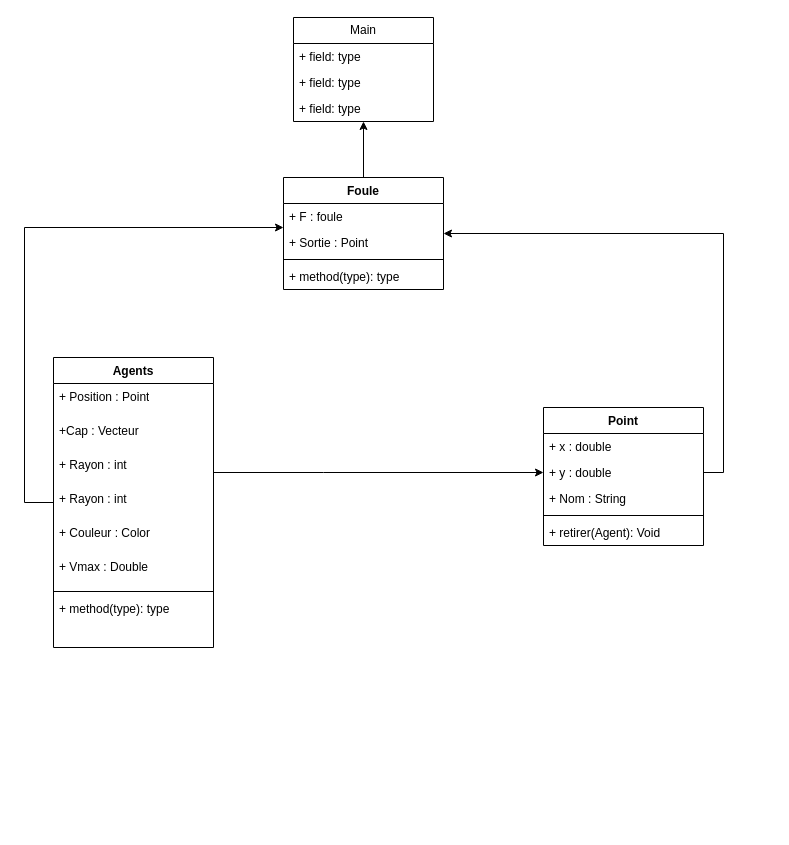
Above: Projet INFO.drawio in Sifra850/Projet_Info (draw.io), before the change. Source tidied: cells renumbered, new cells numbered last; positions are measured from the earlier drawing's top-left corner, leaving out a move shared by most shapes. Both pictures are drawn from the tidied source at 100%, with x=0, y=0 at pixel (24, 17).
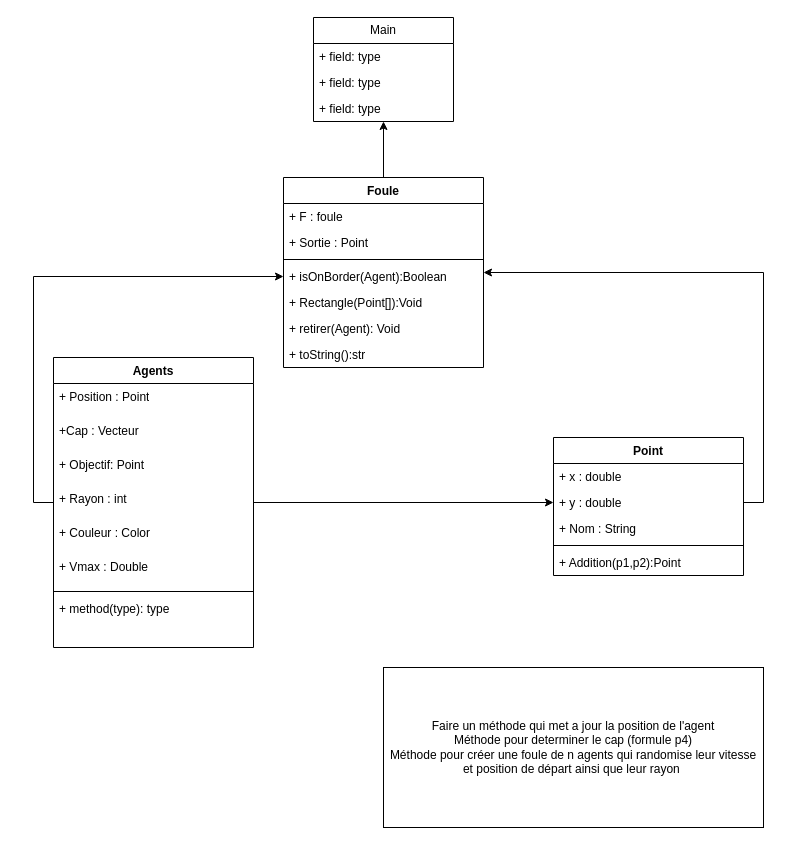
The same diagram, later.

Commit message:
Mettre à jour Projet INFO.drawio

What changed in the source:
```diff
@@
     <mxCell id="2" value="Main" style="swimlane;fontStyle=0;horizontal=1;startSize=26;fillColor=none;whiteSpace=wrap;html=1;" parent="1" vertex="1">
-      <mxGeometry x="269" width="140" height="104" as="geometry" />
+      <mxGeometry x="289" width="140" height="104" as="geometry" />
     </mxCell>
@@
+    <mxCell id="31" style="edgeStyle=orthogonalEdgeStyle;rounded=0;jettySize=auto;html=1;entryX=0;entryY=0.5;entryDx=0;entryDy=0;" parent="1" edge="1" source="6" target="24">
+      <mxGeometry relative="1" as="geometry" />
+    </mxCell>
     <mxCell id="6" value="Agents" style="swimlane;fontStyle=1;align=center;verticalAlign=top;horizontal=1;startSize=26;whiteSpace=wrap;html=1;" parent="1" vertex="1">
-      <mxGeometry x="29" y="340" width="160" height="290" as="geometry" />
+      <mxGeometry x="29" y="340" width="200" height="290" as="geometry" />
     </mxCell>
     <mxCell id="7" value="+ Position : Point" style="text;strokeColor=none;fillColor=none;align=left;verticalAlign=top;spacingLeft=4;spacingRight=4;overflow=hidden;whiteSpace=wrap;html=1;" parent="6" vertex="1">
-      <mxGeometry y="26" width="160" height="34" as="geometry" />
+      <mxGeometry y="26" width="200" height="34" as="geometry" />
     </mxCell>
     <mxCell id="8" value="+Cap : Vecteur" style="text;strokeColor=none;fillColor=none;align=left;verticalAlign=top;spacingLeft=4;spacingRight=4;overflow=hidden;whiteSpace=wrap;html=1;" parent="6" vertex="1">
-      <mxGeometry y="60" width="160" height="34" as="geometry" />
+      <mxGeometry y="60" width="200" height="34" as="geometry" />
     </mxCell>
+    <mxCell id="32" value="+ Objectif: Point " style="text;strokeColor=none;fillColor=none;align=left;verticalAlign=top;spacingLeft=4;spacingRight=4;overflow=hidden;whiteSpace=wrap;html=1;" parent="6" vertex="1">
+      <mxGeometry y="94" width="200" height="34" as="geometry" />
+    </mxCell>
     <mxCell id="9" value="+ Rayon : int " style="text;strokeColor=none;fillColor=none;align=left;verticalAlign=top;spacingLeft=4;spacingRight=4;overflow=hidden;points=[[0,0.5],[1,0.5]];portConstraint=eastwest;whiteSpace=wrap;html=1;" parent="6" vertex="1">
-      <mxGeometry y="94" width="160" height="34" as="geometry" />
+      <mxGeometry y="128" width="200" height="34" as="geometry" />
     </mxCell>
-    <mxCell id="10" value="+ Rayon : int " style="text;strokeColor=none;fillColor=none;align=left;verticalAlign=top;spacingLeft=4;spacingRight=4;overflow=hidden;points=[[0,0.5],[1,0.5]];portConstraint=eastwest;whiteSpace=wrap;html=1;" parent="6" vertex="1">
-      <mxGeometry y="128" width="160" height="34" as="geometry" />
-    </mxCell>
     <mxCell id="11" value="+ Couleur : Color" style="text;strokeColor=none;fillColor=none;align=left;verticalAlign=top;spacingLeft=4;spacingRight=4;overflow=hidden;whiteSpace=wrap;html=1;" parent="6" vertex="1">
-      <mxGeometry y="162" width="160" height="34" as="geometry" />
+      <mxGeometry y="162" width="200" height="34" as="geometry" />
     </mxCell>
     <mxCell id="12" value="+ Vmax : Double" style="text;strokeColor=none;fillColor=none;align=left;verticalAlign=top;spacingLeft=4;spacingRight=4;overflow=hidden;whiteSpace=wrap;html=1;" parent="6" vertex="1">
-      <mxGeometry y="196" width="160" height="34" as="geometry" />
+      <mxGeometry y="196" width="200" height="34" as="geometry" />
     </mxCell>
     <mxCell id="13" style="line;strokeWidth=1;fillColor=none;align=left;verticalAlign=middle;spacingTop=-1;spacingLeft=3;spacingRight=3;labelPosition=right;strokeColor=inherit;" parent="6" vertex="1">
-      <mxGeometry y="230" width="160" height="8" as="geometry" />
+      <mxGeometry y="230" width="200" height="8" as="geometry" />
     </mxCell>
     <mxCell id="14" value="+ method(type): type" style="text;strokeColor=none;fillColor=none;align=left;verticalAlign=top;spacingLeft=4;spacingRight=4;overflow=hidden;whiteSpace=wrap;html=1;" parent="6" vertex="1">
-      <mxGeometry y="238" width="160" height="26" as="geometry" />
+      <mxGeometry y="238" width="200" height="26" as="geometry" />
     </mxCell>
     <mxCell id="15" style="text;strokeColor=none;fillColor=none;align=left;verticalAlign=top;spacingLeft=4;spacingRight=4;overflow=hidden;whiteSpace=wrap;html=1;" parent="6" vertex="1">
-      <mxGeometry y="264" width="160" height="26" as="geometry" />
+      <mxGeometry y="264" width="200" height="26" as="geometry" />
     </mxCell>
@@
     <mxCell id="17" value="Foule" style="swimlane;fontStyle=1;align=center;verticalAlign=top;horizontal=1;startSize=26;whiteSpace=wrap;html=1;" parent="1" vertex="1">
-      <mxGeometry x="259" y="160" width="160" height="112" as="geometry" />
+      <mxGeometry x="259" y="160" width="200" height="190" as="geometry" />
     </mxCell>
     <mxCell id="18" value="+ F : foule" style="text;strokeColor=none;fillColor=none;align=left;verticalAlign=top;spacingLeft=4;spacingRight=4;overflow=hidden;points=[[0,0.5],[1,0.5]];portConstraint=eastwest;whiteSpace=wrap;html=1;" parent="17" vertex="1">
-      <mxGeometry y="26" width="160" height="26" as="geometry" />
+      <mxGeometry y="26" width="200" height="26" as="geometry" />
     </mxCell>
     <mxCell id="19" value="+ Sortie : Point" style="text;strokeColor=none;fillColor=none;align=left;verticalAlign=top;spacingLeft=4;spacingRight=4;overflow=hidden;whiteSpace=wrap;html=1;" parent="17" vertex="1">
-      <mxGeometry y="52" width="160" height="26" as="geometry" />
+      <mxGeometry y="52" width="200" height="26" as="geometry" />
     </mxCell>
     <mxCell id="20" style="line;strokeWidth=1;fillColor=none;align=left;verticalAlign=middle;spacingTop=-1;spacingLeft=3;spacingRight=3;labelPosition=right;strokeColor=inherit;" parent="17" vertex="1">
-      <mxGeometry y="78" width="160" height="8" as="geometry" />
+      <mxGeometry y="78" width="200" height="8" as="geometry" />
     </mxCell>
-    <mxCell id="21" value="+ method(type): type" style="text;strokeColor=none;fillColor=none;align=left;verticalAlign=top;spacingLeft=4;spacingRight=4;overflow=hidden;points=[[0,0.5],[1,0.5]];portConstraint=eastwest;whiteSpace=wrap;html=1;" parent="17" vertex="1">
-      <mxGeometry y="86" width="160" height="26" as="geometry" />
+    <mxCell id="21" value="+ isOnBorder(Agent):Boolean" style="text;strokeColor=none;fillColor=none;align=left;verticalAlign=top;spacingLeft=4;spacingRight=4;overflow=hidden;points=[[0,0.5],[1,0.5]];portConstraint=eastwest;whiteSpace=wrap;html=1;" parent="17" vertex="1">
+      <mxGeometry y="86" width="200" height="26" as="geometry" />
     </mxCell>
+    <mxCell id="33" value="+ Rectangle(Point[]):Void" style="text;strokeColor=none;fillColor=none;align=left;verticalAlign=top;spacingLeft=4;spacingRight=4;overflow=hidden;whiteSpace=wrap;html=1;" parent="17" vertex="1">
+      <mxGeometry y="112" width="200" height="26" as="geometry" />
+    </mxCell>
+    <mxCell id="27" value="+ retirer(Agent): Void" style="text;strokeColor=none;fillColor=none;align=left;verticalAlign=top;spacingLeft=4;spacingRight=4;overflow=hidden;whiteSpace=wrap;html=1;" parent="17" vertex="1">
+      <mxGeometry y="138" width="200" height="26" as="geometry" />
+    </mxCell>
+    <mxCell id="34" value="+ toString():str" style="text;strokeColor=none;fillColor=none;align=left;verticalAlign=top;spacingLeft=4;spacingRight=4;overflow=hidden;whiteSpace=wrap;html=1;" parent="17" vertex="1">
+      <mxGeometry y="164" width="200" height="26" as="geometry" />
+    </mxCell>
     <mxCell id="22" value="Point" style="swimlane;fontStyle=1;align=center;verticalAlign=top;horizontal=1;startSize=26;whiteSpace=wrap;html=1;" parent="1" vertex="1">
-      <mxGeometry x="519" y="390" width="160" height="138" as="geometry" />
+      <mxGeometry x="529" y="420" width="190" height="138" as="geometry" />
     </mxCell>
     <mxCell id="23" value="+ x : double" style="text;strokeColor=none;fillColor=none;align=left;verticalAlign=top;spacingLeft=4;spacingRight=4;overflow=hidden;whiteSpace=wrap;html=1;" parent="22" vertex="1">
-      <mxGeometry y="26" width="160" height="26" as="geometry" />
+      <mxGeometry y="26" width="190" height="26" as="geometry" />
     </mxCell>
     <mxCell id="24" value="+ y : double" style="text;strokeColor=none;fillColor=none;align=left;verticalAlign=top;spacingLeft=4;spacingRight=4;overflow=hidden;points=[[0,0.5],[1,0.5]];portConstraint=eastwest;whiteSpace=wrap;html=1;" parent="22" vertex="1">
-      <mxGeometry y="52" width="160" height="26" as="geometry" />
+      <mxGeometry y="52" width="190" height="26" as="geometry" />
     </mxCell>
     <mxCell id="25" value="+ Nom : String" style="text;strokeColor=none;fillColor=none;align=left;verticalAlign=top;spacingLeft=4;spacingRight=4;overflow=hidden;whiteSpace=wrap;html=1;" parent="22" vertex="1">
-      <mxGeometry y="78" width="160" height="26" as="geometry" />
+      <mxGeometry y="78" width="190" height="26" as="geometry" />
     </mxCell>
     <mxCell id="26" style="line;strokeWidth=1;fillColor=none;align=left;verticalAlign=middle;spacingTop=-1;spacingLeft=3;spacingRight=3;labelPosition=right;strokeColor=inherit;" parent="22" vertex="1">
-      <mxGeometry y="104" width="160" height="8" as="geometry" />
+      <mxGeometry y="104" width="190" height="8" as="geometry" />
     </mxCell>
-    <mxCell id="27" value="+ retirer(Agent): Void" style="text;strokeColor=none;fillColor=none;align=left;verticalAlign=top;spacingLeft=4;spacingRight=4;overflow=hidden;whiteSpace=wrap;html=1;" parent="22" vertex="1">
-      <mxGeometry y="112" width="160" height="26" as="geometry" />
-    </mxCell>
-    <mxCell id="28" style="edgeStyle=orthogonalEdgeStyle;rounded=0;jettySize=auto;html=1;entryX=0;entryY=0.5;entryDx=0;entryDy=0;" parent="1" edge="1" source="9" target="24">
-      <mxGeometry relative="1" as="geometry">
-        <Array as="points">
-          <mxPoint x="299" y="455" />
-          <mxPoint x="299" y="455" />
-        </Array>
-      </mxGeometry>
-    </mxCell>
+    <mxCell id="35" value="+ Addition(p1,p2):Point" style="text;strokeColor=none;fillColor=none;align=left;verticalAlign=top;spacingLeft=4;spacingRight=4;overflow=hidden;whiteSpace=wrap;html=1;" parent="22" vertex="1">
+      <mxGeometry y="112" width="190" height="26" as="geometry" />
+    </mxCell>
@@
-    <mxCell id="30" style="edgeStyle=orthogonalEdgeStyle;rounded=0;jettySize=auto;html=1;entryX=0;entryY=0.923;entryDx=0;entryDy=0;entryPerimeter=0;" parent="1" edge="1" source="10" target="18">
-      <mxGeometry relative="1" as="geometry">
-        <Array as="points">
-          <mxPoint y="485" />
-          <mxPoint y="210" />
-        </Array>
-      </mxGeometry>
-    </mxCell>
+    <mxCell id="36" style="edgeStyle=orthogonalEdgeStyle;rounded=0;jettySize=auto;html=1;exitX=0;exitY=0.5;exitDx=0;exitDy=0;entryX=0;entryY=0.5;entryDx=0;entryDy=0;" parent="1" edge="1" source="9" target="21">
+      <mxGeometry relative="1" as="geometry" />
+    </mxCell>
+    <mxCell id="37" value="&lt;div&gt;Faire un méthode qui met a jour la position de l'agent&lt;/div&gt;&lt;div&gt;Méthode pour determiner le cap (formule p4)&lt;/div&gt;&lt;div&gt;Méthode pour créer une foule de n agents qui randomise leur vitesse et position de départ ainsi que leur rayon&amp;nbsp; &lt;br&gt;&lt;/div&gt;" style="rounded=0;whiteSpace=wrap;html=1;" parent="1" vertex="1">
+      <mxGeometry x="359" y="650" width="380" height="160" as="geometry" />
+    </mxCell>
```
